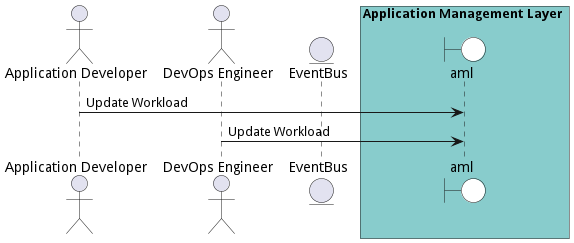
madajaju/edgemere keeps this PlantUML diagram as docs/edgemere/aml/usecases/manageworkloads/UpdateWorkload.png. Above is the earlier version. Source of this version:
```plantuml
@startuml

actor "Application Developer"

actor "DevOps Engineer"


entity EventBus

box Application Management Layer #88cccc
    boundary aml #white
end box



"Application Developer" -> aml: Update Workload


"DevOps Engineer" -> aml: Update Workload



@enduml
```
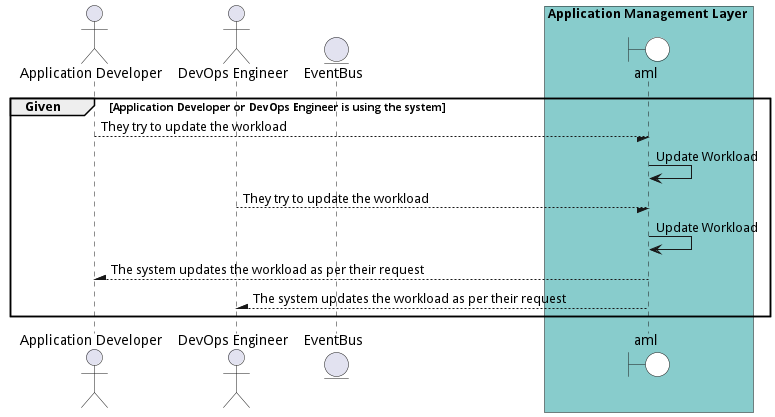
After the change.

Diff of the diagram source:
```diff
@@ -1,4 +1,5 @@
 @startuml
+
 
 actor "Application Developer"
 
@@ -12,12 +13,22 @@
 end box
 
 
+group Given [Application Developer or DevOps Engineer is using the system]
 
-"Application Developer" -> aml: Update Workload
+"Application Developer" --/ aml: They try to update the workload
+"aml" -> aml: Update Workload
 
 
-"DevOps Engineer" -> aml: Update Workload
+"DevOps Engineer" --/ aml: They try to update the workload
+"aml" -> aml: Update Workload
 
 
 
+"Application Developer" /-- aml: The system updates the workload as per their request
+
+"DevOps Engineer" /-- aml: The system updates the workload as per their request
+
+
+end
+
 @enduml
```
